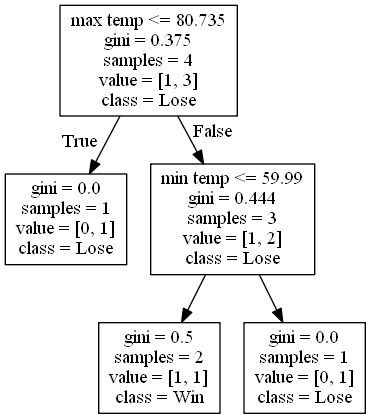
Before: DecisionTrees/Conference USAdecision_tree_no_score_or_attendance9.png, a diagram exported from Graphviz (alexana-steck/CSE482Project). Its source is kept beside it as DecisionTrees/Conference USAdecision_tree_no_score_or_attendance9.dot. Source of this version:
```dot
digraph Tree {
node [shape=box] ;
0 [label="max temp <= 80.735\ngini = 0.375\nsamples = 4\nvalue = [1, 3]\nclass = Lose"] ;
1 [label="gini = 0.0\nsamples = 1\nvalue = [0, 1]\nclass = Lose"] ;
0 -> 1 [labeldistance=2.5, labelangle=45, headlabel="True"] ;
2 [label="min temp <= 59.99\ngini = 0.444\nsamples = 3\nvalue = [1, 2]\nclass = Lose"] ;
0 -> 2 [labeldistance=2.5, labelangle=-45, headlabel="False"] ;
3 [label="gini = 0.5\nsamples = 2\nvalue = [1, 1]\nclass = Win"] ;
2 -> 3 ;
4 [label="gini = 0.0\nsamples = 1\nvalue = [0, 1]\nclass = Lose"] ;
2 -> 4 ;
}
```
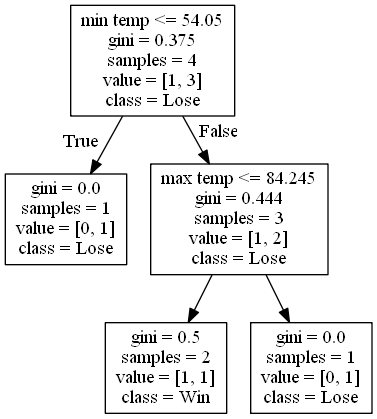
The same file after the commit.

Change to the diagram source:
```diff
@@ -1,9 +1,9 @@
 digraph Tree {
 node [shape=box] ;
-0 [label="max temp <= 80.735\ngini = 0.375\nsamples = 4\nvalue = [1, 3]\nclass = Lose"] ;
+0 [label="min temp <= 54.05\ngini = 0.375\nsamples = 4\nvalue = [1, 3]\nclass = Lose"] ;
 1 [label="gini = 0.0\nsamples = 1\nvalue = [0, 1]\nclass = Lose"] ;
 0 -> 1 [labeldistance=2.5, labelangle=45, headlabel="True"] ;
-2 [label="min temp <= 59.99\ngini = 0.444\nsamples = 3\nvalue = [1, 2]\nclass = Lose"] ;
+2 [label="max temp <= 84.245\ngini = 0.444\nsamples = 3\nvalue = [1, 2]\nclass = Lose"] ;
 0 -> 2 [labeldistance=2.5, labelangle=-45, headlabel="False"] ;
 3 [label="gini = 0.5\nsamples = 2\nvalue = [1, 1]\nclass = Win"] ;
 2 -> 3 ;
```
